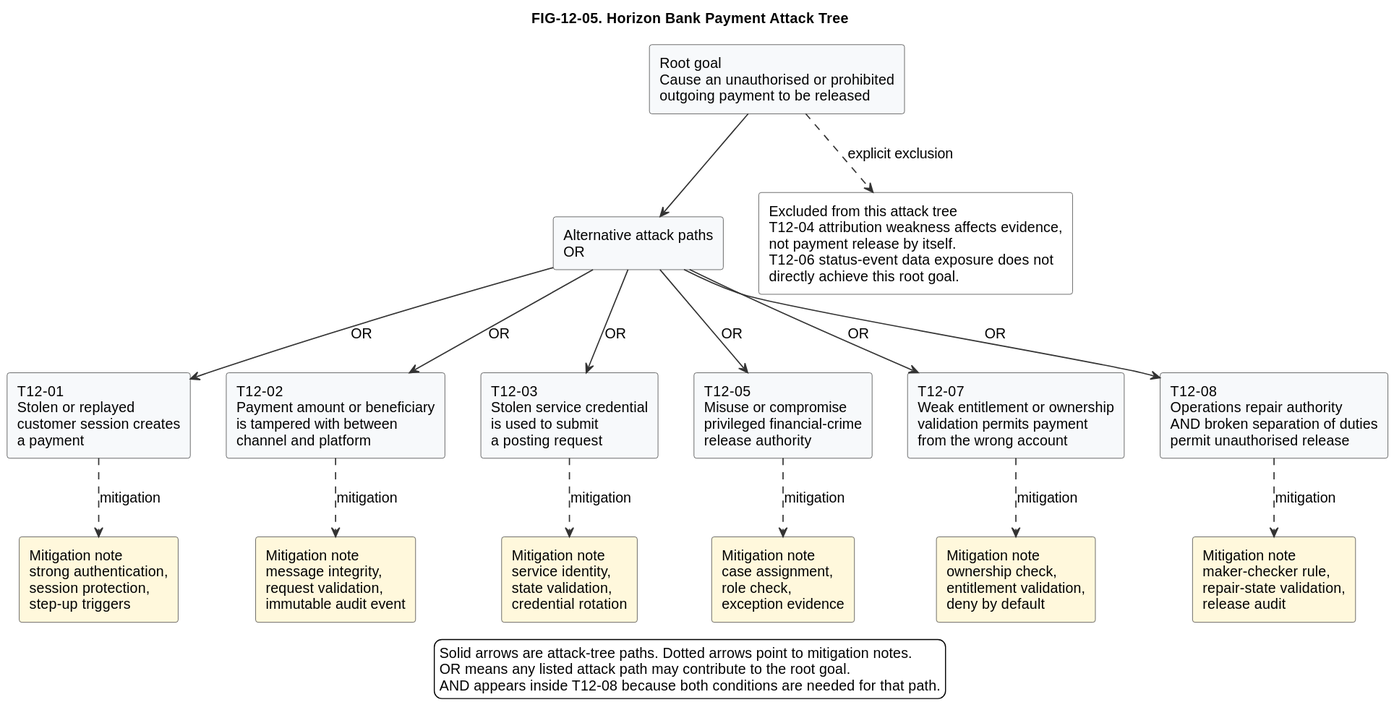
Earlier version of the PlantUML export diagrams/exported/svg/FIG-12-05-horizon-bank-payment-attack-tree.svg (nishikanttiwari01/Architecture_Modelling).
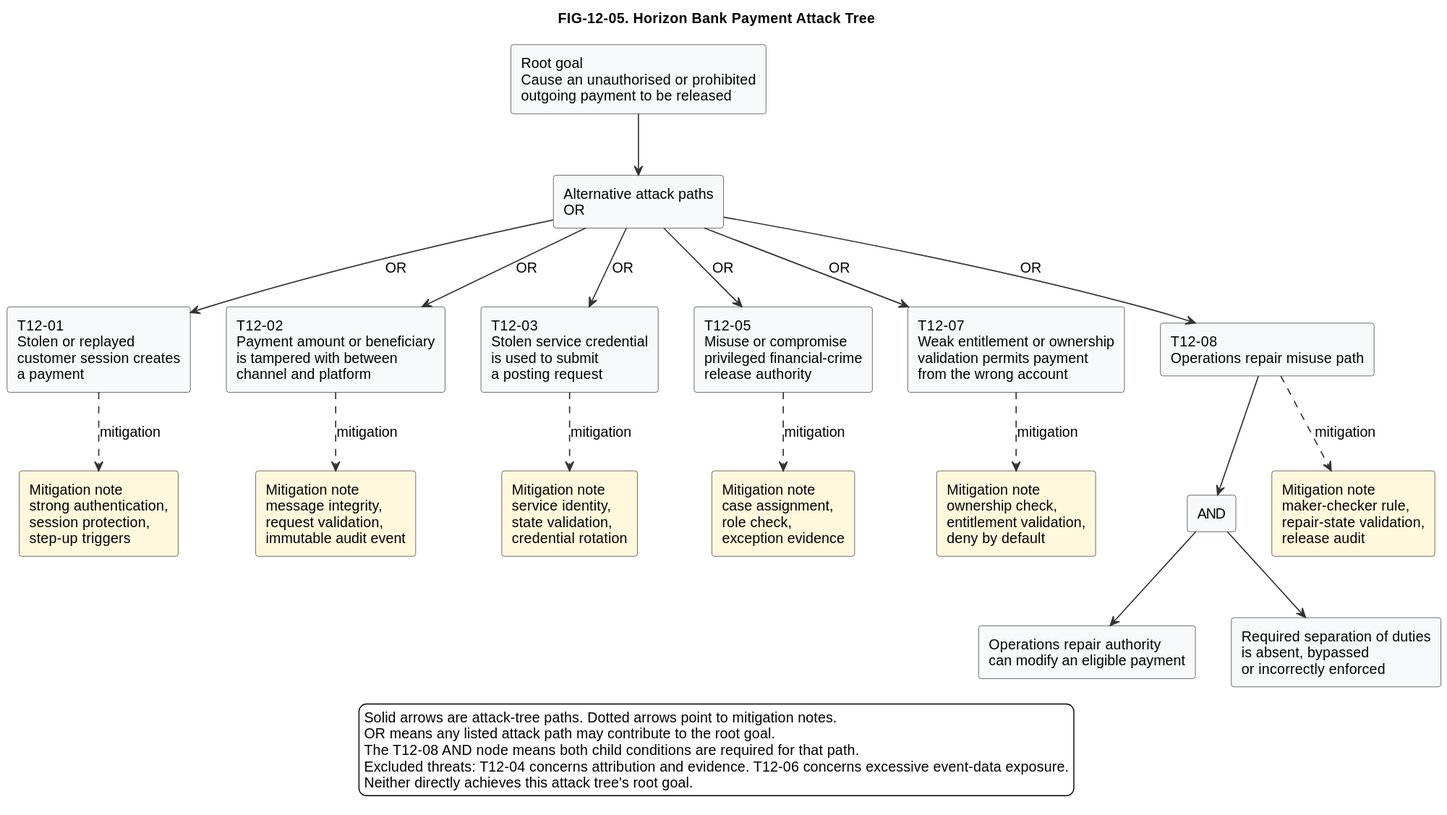
After the commit.

What changed in the source:
```diff
@@ -21,7 +21,10 @@
 rectangle "T12-03\nStolen service credential\nis used to submit\na posting request" as T1203
 rectangle "T12-05\nMisuse or compromise\nprivileged financial-crime\nrelease authority" as T1205
 rectangle "T12-07\nWeak entitlement or ownership\nvalidation permits payment\nfrom the wrong account" as T1207
-rectangle "T12-08\nOperations repair authority\nAND broken separation of duties\npermit unauthorised release" as T1208
+rectangle "T12-08\nOperations repair misuse path" as T1208
+rectangle "AND" as And1208
+rectangle "Operations repair authority\ncan modify an eligible payment" as T1208a
+rectangle "Required separation of duties\nis absent, bypassed\nor incorrectly enforced" as T1208b
 
 rectangle "Mitigation note\nstrong authentication,\nsession protection,\nstep-up triggers" as M1201 #FFF8DC
 rectangle "Mitigation note\nmessage integrity,\nrequest validation,\nimmutable audit event" as M1202 #FFF8DC
@@ -30,8 +33,6 @@
 rectangle "Mitigation note\nownership check,\nentitlement validation,\ndeny by default" as M1207 #FFF8DC
 rectangle "Mitigation note\nmaker-checker rule,\nrepair-state validation,\nrelease audit" as M1208 #FFF8DC
 
-rectangle "Excluded from this attack tree\nT12-04 attribution weakness affects evidence,\nnot payment release by itself.\nT12-06 status-event data exposure does not\ndirectly achieve this root goal." as Excluded #FFFFFF
-
 Root --> OrNode
 OrNode --> T1201 : OR
 OrNode --> T1202 : OR
@@ -39,6 +40,9 @@
 OrNode --> T1205 : OR
 OrNode --> T1207 : OR
 OrNode --> T1208 : OR
+T1208 --> And1208
+And1208 --> T1208a
+And1208 --> T1208b
 
 T1201 ..> M1201 : mitigation
 T1202 ..> M1202 : mitigation
@@ -46,11 +50,12 @@
 T1205 ..> M1205 : mitigation
 T1207 ..> M1207 : mitigation
 T1208 ..> M1208 : mitigation
-Root ..> Excluded : explicit exclusion
 
 legend bottom
 Solid arrows are attack-tree paths. Dotted arrows point to mitigation notes.
 OR means any listed attack path may contribute to the root goal.
-AND appears inside T12-08 because both conditions are needed for that path.
+The T12-08 AND node means both child conditions are required for that path.
+Excluded threats: T12-04 concerns attribution and evidence. T12-06 concerns excessive event-data exposure.
+Neither directly achieves this attack tree's root goal.
 endlegend
 @enduml
```
